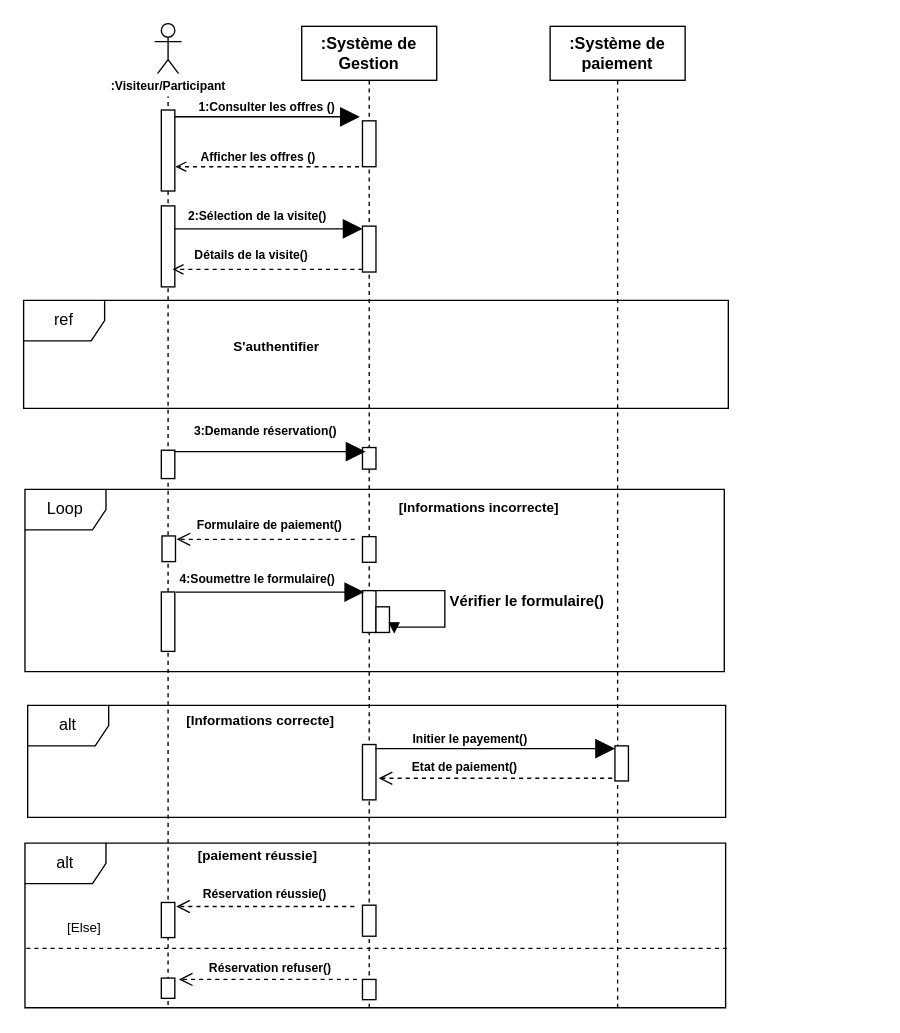
Above: Diagramme sans nom.drawio in louis-fresnel99/TpGasaL1 (draw.io), before the change. Source tidied: cells renumbered, new cells numbered last; positions are measured from the earlier drawing's top-left corner, leaving out a move shared by most shapes. Both pictures are drawn from the tidied source at 135%, with x=0, y=0 at pixel (23, 23).
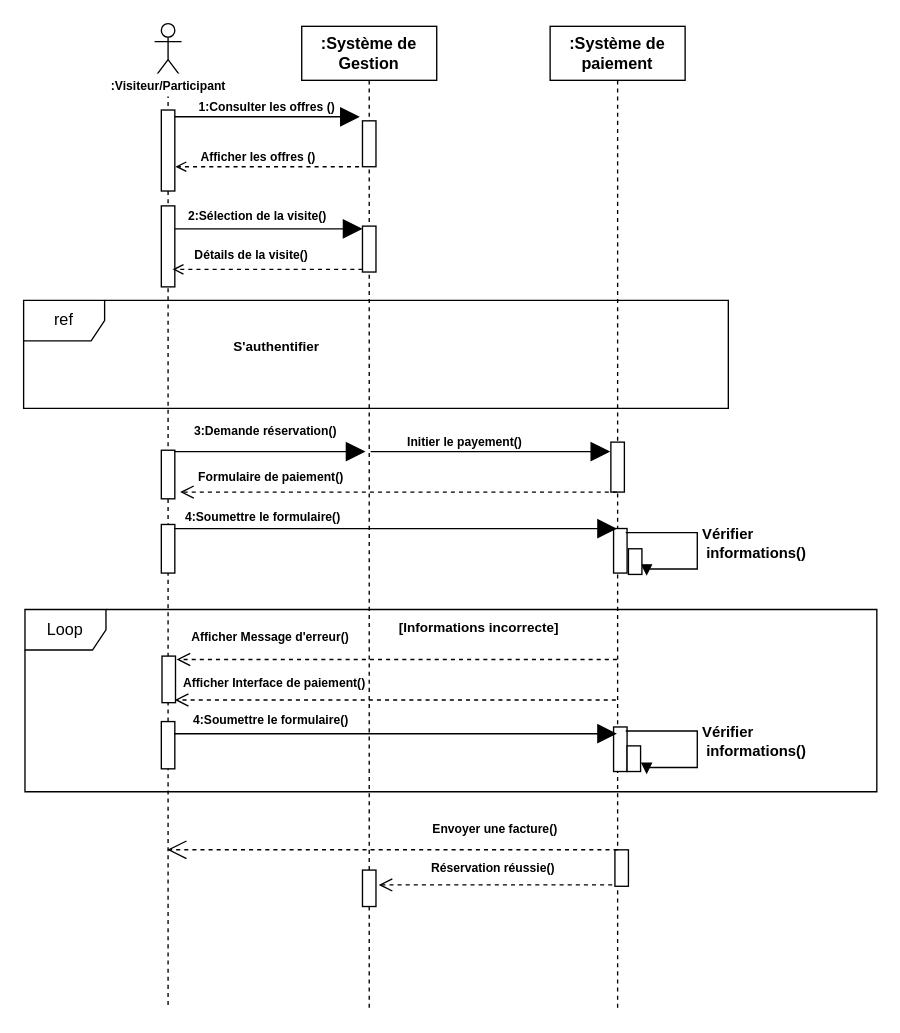
The same page after the edit.

Commit message (it also covers changes not shown here):
Mettre à jour Diagramme sans nom.drawio

The change refers to these unchanged cells:
```xml
<mxCell id="2" value="&lt;b&gt;:Système de Gestion&lt;/b&gt;" style="shape=umlLifeline;perimeter=lifelinePerimeter;whiteSpace=wrap;html=1;newEdgeStyle={&quot;edgeStyle&quot;:&quot;elbowEdgeStyle&quot;,&quot;elbow&quot;:&quot;vertical&quot;,&quot;curved&quot;:0,&quot;rounded&quot;:0};fillColor=light-dark(#FFFFFF, #ffffff);strokeColor=light-dark(#000000,#000000);labelBackgroundColor=none;fontColor=light-dark(#000000,#000000);" parent="1" vertex="1">
  <mxGeometry x="206" y="2" width="100" height="728" as="geometry" />
</mxCell>
<mxCell id="12" style="shape=umlLifeline;perimeter=lifelinePerimeter;whiteSpace=wrap;html=1;outlineConnect=0;portConstraint=eastwest;newEdgeStyle={&quot;curved&quot;:0,&quot;rounded&quot;:0};participant=umlActor;fillColor=light-dark(#FFFFFF,#000000);strokeColor=light-dark(#000000,#000000);" parent="1" vertex="1">
  <mxGeometry x="97" width="20" height="729" as="geometry" />
</mxCell>
<mxCell id="19" value="&lt;b&gt;:Système de paiement&lt;/b&gt;" style="shape=umlLifeline;perimeter=lifelinePerimeter;whiteSpace=wrap;html=1;outlineConnect=0;portConstraint=eastwest;newEdgeStyle={&quot;curved&quot;:0,&quot;rounded&quot;:0};fillColor=light-dark(#FFFFFF,#FFFFFF);fontColor=light-dark(#000000,#000000);strokeColor=light-dark(#000000,#000000);" parent="1" vertex="1">
  <mxGeometry x="390" y="2" width="100" height="727" as="geometry" />
</mxCell>
```

The edit, as a diff of the source:
```diff
@@
-    <mxCell id="3" style="html=1;perimeter=orthogonalPerimeter;targetShapes=umlLifeline;newEdgeStyle={&quot;curved&quot;:0,&quot;rounded&quot;:0};fillColor=light-dark(#FFFFFF,#FFFFFF);strokeColor=light-dark(#000000,#000000);" parent="2" vertex="1">
-      <mxGeometry x="45" y="70" width="10" height="34" as="geometry" />
-    </mxCell>
-    <mxCell id="4" style="html=1;points=[[0,0,0,0,5],[0,1,0,0,-5],[1,0,0,0,5],[1,1,0,0,-5]];perimeter=orthogonalPerimeter;outlineConnect=0;targetShapes=umlLifeline;portConstraint=eastwest;newEdgeStyle={&quot;curved&quot;:0,&quot;rounded&quot;:0};fillColor=light-dark(#FFFFFF,#FFFFFF);strokeColor=light-dark(#000000,#000000);" parent="2" vertex="1">
-      <mxGeometry x="45" y="148" width="10" height="34" as="geometry" />
-    </mxCell>
-    <mxCell id="5" style="html=1;perimeter=orthogonalPerimeter;targetShapes=umlLifeline;newEdgeStyle={&quot;curved&quot;:0,&quot;rounded&quot;:0};fillColor=light-dark(#FFFFFF,#FFFFFF);strokeColor=light-dark(#000000,#000000);" parent="2" vertex="1">
-      <mxGeometry x="45" y="378" width="10" height="19" as="geometry" />
-    </mxCell>
-    <mxCell id="6" style="html=1;perimeter=orthogonalPerimeter;targetShapes=umlLifeline;newEdgeStyle={&quot;curved&quot;:0,&quot;rounded&quot;:0};fillColor=light-dark(#FFFFFF,#FFFFFF);strokeColor=light-dark(#000000,#000000);" parent="2" vertex="1">
-      <mxGeometry x="45" y="418" width="10" height="31" as="geometry" />
-    </mxCell>
-    <mxCell id="7" style="html=1;perimeter=orthogonalPerimeter;targetShapes=umlLifeline;newEdgeStyle={&quot;curved&quot;:0,&quot;rounded&quot;:0};fillColor=light-dark(#FFFFFF,#FFFFFF);strokeColor=light-dark(#000000,#000000);" parent="2" vertex="1">
-      <mxGeometry x="45" y="651" width="10" height="23" as="geometry" />
-    </mxCell>
-    <mxCell id="8" style="html=1;perimeter=orthogonalPerimeter;targetShapes=umlLifeline;newEdgeStyle={&quot;curved&quot;:0,&quot;rounded&quot;:0};fillColor=light-dark(#FFFFFF,#FFFFFF);strokeColor=light-dark(#000000,#000000);" parent="2" vertex="1">
-      <mxGeometry x="45" y="706" width="10" height="15" as="geometry" />
-    </mxCell>
-    <mxCell id="9" style="html=1;perimeter=orthogonalPerimeter;targetShapes=umlLifeline;newEdgeStyle={&quot;curved&quot;:0,&quot;rounded&quot;:0};fillColor=light-dark(#FFFFFF,#FFFFFF);strokeColor=light-dark(#000000,#000000);" parent="2" vertex="1">
-      <mxGeometry x="55" y="430" width="10" height="19" as="geometry" />
-    </mxCell>
     <mxCell id="10" style="html=1;perimeter=orthogonalPerimeter;targetShapes=umlLifeline;newEdgeStyle={&quot;curved&quot;:0,&quot;rounded&quot;:0};fillColor=light-dark(#FFFFFF,#FFFFFF);strokeColor=light-dark(#000000,#000000);" parent="2" vertex="1">
-      <mxGeometry x="45" y="532" width="10" height="41" as="geometry" />
+      <mxGeometry x="45" y="625" width="10" height="27" as="geometry" />
     </mxCell>
-    <mxCell id="11" style="html=1;perimeter=orthogonalPerimeter;targetShapes=umlLifeline;newEdgeStyle={&quot;curved&quot;:0,&quot;rounded&quot;:0};fillColor=light-dark(#FFFFFF,#FFFFFF);strokeColor=light-dark(#000000,#000000);" parent="2" vertex="1">
-      <mxGeometry x="45" y="312" width="10" height="16" as="geometry" />
-    </mxCell>
@@
     <mxCell id="15" style="html=1;perimeter=orthogonalPerimeter;targetShapes=umlLifeline;newEdgeStyle={&quot;curved&quot;:0,&quot;rounded&quot;:0};fillColor=light-dark(#FFFFFF,#FFFFFF);strokeColor=light-dark(#000000,#000000);" parent="12" vertex="1">
-      <mxGeometry x="5" y="316" width="10" height="21" as="geometry" />
+      <mxGeometry x="5" y="316" width="10" height="36" as="geometry" />
     </mxCell>
     <mxCell id="16" style="html=1;perimeter=orthogonalPerimeter;targetShapes=umlLifeline;newEdgeStyle={&quot;curved&quot;:0,&quot;rounded&quot;:0};fillColor=light-dark(#FFFFFF,#FFFFFF);strokeColor=light-dark(#000000,#000000);" parent="12" vertex="1">
-      <mxGeometry x="5" y="421" width="10" height="44" as="geometry" />
+      <mxGeometry x="5" y="517" width="10" height="35" as="geometry" />
     </mxCell>
-    <mxCell id="17" style="html=1;perimeter=orthogonalPerimeter;targetShapes=umlLifeline;newEdgeStyle={&quot;curved&quot;:0,&quot;rounded&quot;:0};fillColor=light-dark(#FFFFFF,#FFFFFF);strokeColor=light-dark(#000000,#000000);" parent="12" vertex="1">
-      <mxGeometry x="5" y="651" width="10" height="26" as="geometry" />
-    </mxCell>
+    <mxCell id="56" style="html=1;perimeter=orthogonalPerimeter;targetShapes=umlLifeline;newEdgeStyle={&quot;curved&quot;:0,&quot;rounded&quot;:0};fillColor=light-dark(#FFFFFF,#FFFFFF);strokeColor=light-dark(#000000,#000000);" parent="12" vertex="1">
+      <mxGeometry x="5" y="371" width="10" height="36" as="geometry" />
+    </mxCell>
@@
     <mxCell id="20" style="html=1;perimeter=orthogonalPerimeter;targetShapes=umlLifeline;newEdgeStyle={&quot;curved&quot;:0,&quot;rounded&quot;:0};fillColor=light-dark(#FFFFFF,#FFFFFF);strokeColor=light-dark(#000000,#000000);" parent="19" vertex="1">
-      <mxGeometry x="48" y="533" width="10" height="26" as="geometry" />
+      <mxGeometry x="48" y="610" width="10" height="27" as="geometry" />
     </mxCell>
+    <mxCell id="11" style="html=1;perimeter=orthogonalPerimeter;targetShapes=umlLifeline;newEdgeStyle={&quot;curved&quot;:0,&quot;rounded&quot;:0};fillColor=light-dark(#FFFFFF,#FFFFFF);strokeColor=light-dark(#000000,#000000);" parent="19" vertex="1">
+      <mxGeometry x="45" y="308" width="10" height="37" as="geometry" />
+    </mxCell>
+    <mxCell id="57" style="html=1;perimeter=orthogonalPerimeter;targetShapes=umlLifeline;newEdgeStyle={&quot;curved&quot;:0,&quot;rounded&quot;:0};fillColor=light-dark(#FFFFFF,#FFFFFF);strokeColor=light-dark(#000000,#000000);" parent="19" vertex="1">
+      <mxGeometry x="47" y="372" width="10" height="33" as="geometry" />
+    </mxCell>
+    <mxCell id="58" value="&lt;b&gt;Vérifier&lt;/b&gt;&lt;div&gt;&lt;b&gt;&amp;nbsp;informations&lt;/b&gt;&lt;b style=&quot;background-color: light-dark(#ffffff, var(--ge-dark-color, #121212)); color: light-dark(rgb(0, 0, 0), rgb(255, 255, 255));&quot;&gt;()&lt;/b&gt;&lt;/div&gt;" style="html=1;align=left;spacingLeft=2;endArrow=block;rounded=0;edgeStyle=orthogonalEdgeStyle;curved=0;rounded=0;" parent="19" edge="1">
+      <mxGeometry relative="1" as="geometry">
+        <mxPoint x="56" y="375" as="sourcePoint" />
+        <mxPoint x="71.5" y="407" as="targetPoint" />
+        <Array as="points">
+          <mxPoint x="109" y="375" />
+          <mxPoint x="109" y="402" />
+          <mxPoint x="72" y="402" />
+        </Array>
+      </mxGeometry>
+    </mxCell>
+    <mxCell id="59" style="html=1;perimeter=orthogonalPerimeter;targetShapes=umlLifeline;newEdgeStyle={&quot;curved&quot;:0,&quot;rounded&quot;:0};fillColor=light-dark(#FFFFFF,#FFFFFF);strokeColor=light-dark(#000000,#000000);" parent="19" vertex="1">
+      <mxGeometry x="58" y="387" width="10" height="19" as="geometry" />
+    </mxCell>
+    <mxCell id="60" style="html=1;perimeter=orthogonalPerimeter;targetShapes=umlLifeline;newEdgeStyle={&quot;curved&quot;:0,&quot;rounded&quot;:0};fillColor=light-dark(#FFFFFF,#FFFFFF);strokeColor=light-dark(#000000,#000000);" parent="19" vertex="1">
+      <mxGeometry x="47" y="519" width="10" height="33" as="geometry" />
+    </mxCell>
+    <mxCell id="61" value="&lt;b&gt;Vérifier&lt;/b&gt;&lt;div&gt;&lt;b&gt;&amp;nbsp;informations&lt;/b&gt;&lt;b style=&quot;background-color: light-dark(#ffffff, var(--ge-dark-color, #121212)); color: light-dark(rgb(0, 0, 0), rgb(255, 255, 255));&quot;&gt;()&lt;/b&gt;&lt;/div&gt;" style="html=1;align=left;spacingLeft=2;endArrow=block;rounded=0;edgeStyle=orthogonalEdgeStyle;curved=0;rounded=0;" parent="19" edge="1">
+      <mxGeometry relative="1" as="geometry">
+        <mxPoint x="56" y="522" as="sourcePoint" />
+        <mxPoint x="71.5" y="554" as="targetPoint" />
+        <Array as="points">
+          <mxPoint x="109" y="522" />
+          <mxPoint x="109" y="549" />
+          <mxPoint x="72" y="549" />
+        </Array>
+      </mxGeometry>
+    </mxCell>
@@
-    <mxCell id="30" value="&lt;font style=&quot;color: light-dark(rgb(0, 0, 0), rgb(0, 0, 0)); font-size: 9px;&quot;&gt;&lt;b&gt;Formulaire de paiement()&lt;/b&gt;&lt;/font&gt;" style="text;html=1;align=center;verticalAlign=middle;whiteSpace=wrap;rounded=0;" parent="1" vertex="1">
-      <mxGeometry x="124.9" y="362" width="115.1" height="17" as="geometry" />
+    <mxCell id="30" value="&lt;font style=&quot;color: light-dark(rgb(0, 0, 0), rgb(0, 0, 0)); font-size: 9px;&quot;&gt;&lt;b&gt;Afficher Message d'erreur()&lt;/b&gt;&lt;/font&gt;" style="text;html=1;align=center;verticalAlign=middle;whiteSpace=wrap;rounded=0;" parent="1" vertex="1">
+      <mxGeometry x="119" y="445" width="128" height="17" as="geometry" />
     </mxCell>
-    <mxCell id="31" style="endArrow=block;endFill=1;endSize=12;html=1;rounded=0;strokeColor=light-dark(#000000,#000000);" parent="1" edge="1">
+    <mxCell id="31" style="endArrow=block;endFill=1;endSize=12;html=1;rounded=0;strokeColor=light-dark(#000000,#000000);" parent="1" edge="1" target="19">
       <mxGeometry relative="1" as="geometry">
-        <mxPoint x="112.7" y="421.1" as="sourcePoint" />
-        <mxPoint x="252.2" y="421.1" as="targetPoint" />
+        <mxPoint x="111.5" y="526" as="sourcePoint" />
       </mxGeometry>
     </mxCell>
     <mxCell id="32" value="&lt;font style=&quot;color: light-dark(rgb(0, 0, 0), rgb(0, 0, 0));&quot;&gt;&lt;b&gt;4:Soumettre le formulaire()&lt;/b&gt;&lt;/font&gt;" style="text;html=1;align=center;verticalAlign=middle;whiteSpace=wrap;rounded=0;fontSize=9;" parent="1" vertex="1">
-      <mxGeometry x="110.4" y="404" width="126.7" height="16" as="geometry" />
+      <mxGeometry x="120.2" y="508" width="126.7" height="16" as="geometry" />
     </mxCell>
-    <mxCell id="33" style="endArrow=block;endFill=1;endSize=12;html=1;rounded=0;strokeColor=light-dark(#000000,#000000);" parent="1" edge="1">
-      <mxGeometry relative="1" as="geometry">
-        <mxPoint x="260.5" y="537" as="sourcePoint" />
-        <mxPoint x="438" y="537" as="targetPoint" />
-      </mxGeometry>
+    <mxCell id="33" style="endArrow=open;endFill=0;endSize=12;html=1;rounded=0;strokeColor=light-dark(#000000,#000000);exitX=0.5;exitY=0.839;exitDx=0;exitDy=0;exitPerimeter=0;dashed=1;" parent="1" edge="1" source="19" target="12">
+      <mxGeometry relative="1" as="geometry" />
     </mxCell>
-    <mxCell id="34" value="&lt;font style=&quot;color: light-dark(rgb(0, 0, 0), rgb(0, 0, 0)); font-size: 9px;&quot;&gt;&lt;b&gt;Initier le payement()&lt;/b&gt;&lt;/font&gt;" style="text;html=1;align=center;verticalAlign=middle;whiteSpace=wrap;rounded=0;" parent="1" vertex="1">
-      <mxGeometry x="274" y="520" width="114" height="17" as="geometry" />
-    </mxCell>
     <mxCell id="35" style="html=1;verticalAlign=bottom;endArrow=open;dashed=1;endSize=8;curved=0;rounded=0;strokeColor=light-dark(#000000,#000000);" parent="1" edge="1">
       <mxGeometry relative="1" as="geometry">
-        <mxPoint x="436" y="559" as="sourcePoint" />
-        <mxPoint x="263" y="559" as="targetPoint" />
+        <mxPoint x="436" y="638" as="sourcePoint" />
+        <mxPoint x="263" y="638" as="targetPoint" />
       </mxGeometry>
     </mxCell>
-    <mxCell id="36" value="&lt;font style=&quot;color: light-dark(rgb(0, 0, 0), rgb(0, 0, 0)); font-size: 9px;&quot;&gt;&lt;b&gt;Etat de paiement()&lt;/b&gt;&lt;/font&gt;" style="text;html=1;align=center;verticalAlign=middle;whiteSpace=wrap;rounded=0;" parent="1" vertex="1">
-      <mxGeometry x="280.4" y="541" width="94.4" height="17" as="geometry" />
-    </mxCell>
@@
-    <mxCell id="38" value="alt" style="shape=umlFrame;whiteSpace=wrap;html=1;" parent="1" vertex="1">
-      <mxGeometry x="1" y="607" width="519" height="122" as="geometry" />
-    </mxCell>
-    <mxCell id="39" value="&lt;font style=&quot;color: light-dark(rgb(0, 0, 0), rgb(0, 0, 0)); font-size: 10px;&quot;&gt;&lt;b&gt;[paiement réussie]&amp;nbsp;&lt;/b&gt;&lt;/font&gt;" style="text;html=1;align=center;verticalAlign=middle;whiteSpace=wrap;rounded=0;" parent="1" vertex="1">
-      <mxGeometry x="114" y="601" width="122" height="30" as="geometry" />
-    </mxCell>
-    <mxCell id="40" style="html=1;verticalAlign=bottom;endArrow=open;dashed=1;endSize=8;curved=0;rounded=0;strokeColor=light-dark(#000000,#000000);" parent="1" edge="1">
-      <mxGeometry relative="1" as="geometry">
-        <mxPoint x="245" y="654" as="sourcePoint" />
-        <mxPoint x="113" y="654" as="targetPoint" />
-      </mxGeometry>
-    </mxCell>
-    <mxCell id="41" value="&lt;font style=&quot;color: light-dark(rgb(0, 0, 0), rgb(0, 0, 0)); font-size: 9px;&quot;&gt;&lt;b&gt;Réservation réussie()&lt;/b&gt;&lt;/font&gt;" style="text;html=1;align=center;verticalAlign=middle;whiteSpace=wrap;rounded=0;" parent="1" vertex="1">
-      <mxGeometry x="131.9" y="635" width="94.4" height="17" as="geometry" />
+    <mxCell id="41" value="&lt;font style=&quot;color: light-dark(rgb(0, 0, 0), rgb(0, 0, 0)); font-size: 9px;&quot;&gt;&lt;b&gt;Envoyer une facture()&lt;/b&gt;&lt;/font&gt;" style="text;html=1;align=center;verticalAlign=middle;whiteSpace=wrap;rounded=0;" parent="1" vertex="1">
+      <mxGeometry x="293.5" y="587" width="110.5" height="17" as="geometry" />
     </mxCell>
-    <mxCell id="42" style="line;strokeWidth=1;fillColor=none;align=left;verticalAlign=middle;spacingTop=-1;spacingLeft=3;spacingRight=3;labelPosition=right;strokeColor=light-dark(#000000,#000000);dashed=1;" parent="1" vertex="1">
-      <mxGeometry x="2" y="681" width="519" height="8" as="geometry" />
-    </mxCell>
-    <mxCell id="43" value="&lt;font style=&quot;color: light-dark(rgb(0, 0, 0), rgb(0, 0, 0)); font-size: 10px;&quot;&gt;[Else]&amp;nbsp;&lt;/font&gt;" style="text;html=1;align=center;verticalAlign=middle;whiteSpace=wrap;rounded=0;" parent="1" vertex="1">
-      <mxGeometry x="23" y="659" width="47" height="19" as="geometry" />
-    </mxCell>
-    <mxCell id="44" style="html=1;verticalAlign=bottom;endArrow=open;dashed=1;endSize=8;curved=0;rounded=0;strokeColor=light-dark(#000000,#000000);" parent="1" edge="1">
-      <mxGeometry relative="1" as="geometry">
-        <mxPoint x="247" y="708" as="sourcePoint" />
-        <mxPoint x="115" y="708" as="targetPoint" />
-      </mxGeometry>
-    </mxCell>
-    <mxCell id="45" value="&lt;font style=&quot;color: light-dark(rgb(0, 0, 0), rgb(0, 0, 0)); font-size: 9px;&quot;&gt;&lt;b&gt;Réservation refuser()&lt;/b&gt;&lt;/font&gt;" style="text;html=1;align=center;verticalAlign=middle;whiteSpace=wrap;rounded=0;" parent="1" vertex="1">
-      <mxGeometry x="129.9" y="690" width="106.1" height="17" as="geometry" />
+    <mxCell id="45" value="&lt;font style=&quot;color: light-dark(rgb(0, 0, 0), rgb(0, 0, 0)); font-size: 9px;&quot;&gt;&lt;b&gt;Réservation réussie()&lt;/b&gt;&lt;/font&gt;" style="text;html=1;align=center;verticalAlign=middle;whiteSpace=wrap;rounded=0;" parent="1" vertex="1">
+      <mxGeometry x="295" y="616" width="106.1" height="17" as="geometry" />
     </mxCell>
-    <mxCell id="46" style="html=1;perimeter=orthogonalPerimeter;targetShapes=umlLifeline;newEdgeStyle={&quot;curved&quot;:0,&quot;rounded&quot;:0};fillColor=light-dark(#FFFFFF,#FFFFFF);strokeColor=light-dark(#000000,#000000);" parent="1" vertex="1">
-      <mxGeometry x="102" y="707" width="10" height="15" as="geometry" />
-    </mxCell>
@@
-    <mxCell id="48" style="html=1;verticalAlign=bottom;endArrow=open;dashed=1;endSize=8;curved=0;rounded=0;strokeColor=light-dark(#000000,#000000);" parent="1" edge="1">
+    <mxCell id="48" style="html=1;verticalAlign=bottom;endArrow=open;dashed=1;endSize=8;curved=0;rounded=0;strokeColor=light-dark(#000000,#000000);" parent="1" edge="1" source="19">
       <mxGeometry relative="1" as="geometry">
-        <mxPoint x="245.3" y="382" as="sourcePoint" />
-        <mxPoint x="113.3" y="382" as="targetPoint" />
+        <mxPoint x="113.3" y="471" as="targetPoint" />
       </mxGeometry>
     </mxCell>
@@
-    <mxCell id="50" value="&lt;b&gt;Vérifier le formulaire()&lt;/b&gt;" style="html=1;align=left;spacingLeft=2;endArrow=block;rounded=0;edgeStyle=orthogonalEdgeStyle;curved=0;rounded=0;" parent="1" edge="1">
-      <mxGeometry relative="1" as="geometry">
-        <mxPoint x="259" y="420" as="sourcePoint" />
-        <mxPoint x="274.5" y="452" as="targetPoint" />
-        <Array as="points">
-          <mxPoint x="312" y="420" />
-          <mxPoint x="312" y="447" />
-          <mxPoint x="275" y="447" />
-        </Array>
-      </mxGeometry>
-    </mxCell>
-    <mxCell id="51" value="alt" style="shape=umlFrame;whiteSpace=wrap;html=1;" parent="1" vertex="1">
-      <mxGeometry x="3" y="505" width="517" height="83" as="geometry" />
-    </mxCell>
-    <mxCell id="52" value="&lt;font style=&quot;color: light-dark(rgb(0, 0, 0), rgb(0, 0, 0)); font-size: 10px;&quot;&gt;&lt;b&gt;[Informations correcte]&amp;nbsp;&lt;/b&gt;&lt;/font&gt;" style="text;html=1;align=center;verticalAlign=middle;whiteSpace=wrap;rounded=0;" parent="1" vertex="1">
-      <mxGeometry x="115.9" y="501" width="122" height="30" as="geometry" />
-    </mxCell>
     <mxCell id="53" value="Loop" style="shape=umlFrame;whiteSpace=wrap;html=1;" parent="1" vertex="1">
-      <mxGeometry x="1" y="345" width="518" height="135" as="geometry" />
+      <mxGeometry x="1" y="434" width="631" height="135" as="geometry" />
     </mxCell>
     <mxCell id="54" value="&lt;font style=&quot;color: light-dark(rgb(0, 0, 0), rgb(0, 0, 0)); font-size: 10px;&quot;&gt;&lt;b&gt;[Informations incorrecte]&amp;nbsp;&lt;/b&gt;&lt;/font&gt;" style="text;html=1;align=center;verticalAlign=middle;whiteSpace=wrap;rounded=0;" parent="1" vertex="1">
-      <mxGeometry x="274" y="343" width="130" height="30" as="geometry" />
+      <mxGeometry x="274" y="432" width="130" height="30" as="geometry" />
     </mxCell>
     <mxCell id="55" style="html=1;perimeter=orthogonalPerimeter;targetShapes=umlLifeline;newEdgeStyle={&quot;curved&quot;:0,&quot;rounded&quot;:0};fillColor=light-dark(#FFFFFF,#FFFFFF);strokeColor=light-dark(#000000,#000000);" parent="1" vertex="1">
-      <mxGeometry x="102.5" y="379.5" width="10" height="19" as="geometry" />
+      <mxGeometry x="102.5" y="468.5" width="10" height="34.5" as="geometry" />
     </mxCell>
+    <mxCell id="62" style="html=1;verticalAlign=bottom;endArrow=open;dashed=1;endSize=8;curved=0;rounded=0;strokeColor=light-dark(#000000,#000000);" parent="1" edge="1" source="19">
+      <mxGeometry relative="1" as="geometry">
+        <mxPoint x="115.9" y="347" as="targetPoint" />
+      </mxGeometry>
+    </mxCell>
+    <mxCell id="63" value="&lt;font style=&quot;color: light-dark(rgb(0, 0, 0), rgb(0, 0, 0)); font-size: 9px;&quot;&gt;&lt;b&gt;Formulaire de paiement()&lt;/b&gt;&lt;/font&gt;" style="text;html=1;align=center;verticalAlign=middle;whiteSpace=wrap;rounded=0;" parent="1" vertex="1">
+      <mxGeometry x="125.6" y="326" width="115.1" height="17" as="geometry" />
+    </mxCell>
+    <mxCell id="64" style="endArrow=block;endFill=1;endSize=12;html=1;rounded=0;strokeColor=light-dark(#000000,#000000);" parent="1" edge="1" target="19">
+      <mxGeometry relative="1" as="geometry">
+        <mxPoint x="111.7" y="374.1" as="sourcePoint" />
+      </mxGeometry>
+    </mxCell>
+    <mxCell id="65" value="&lt;font style=&quot;color: light-dark(rgb(0, 0, 0), rgb(0, 0, 0));&quot;&gt;&lt;b&gt;4:Soumettre le formulaire()&lt;/b&gt;&lt;/font&gt;" style="text;html=1;align=center;verticalAlign=middle;whiteSpace=wrap;rounded=0;fontSize=9;" parent="1" vertex="1">
+      <mxGeometry x="114" y="358" width="126.7" height="16" as="geometry" />
+    </mxCell>
+    <mxCell id="66" style="endArrow=block;endFill=1;endSize=12;html=1;rounded=0;strokeColor=light-dark(#000000,#000000);" parent="1" edge="1">
+      <mxGeometry relative="1" as="geometry">
+        <mxPoint x="257" y="317" as="sourcePoint" />
+        <mxPoint x="434.5" y="317" as="targetPoint" />
+      </mxGeometry>
+    </mxCell>
+    <mxCell id="34" value="&lt;font style=&quot;color: light-dark(rgb(0, 0, 0), rgb(0, 0, 0)); font-size: 9px;&quot;&gt;&lt;b&gt;Initier le payement()&lt;/b&gt;&lt;/font&gt;" style="text;html=1;align=center;verticalAlign=middle;whiteSpace=wrap;rounded=0;" parent="1" vertex="1">
+      <mxGeometry x="269.5" y="300" width="114" height="17" as="geometry" />
+    </mxCell>
+    <mxCell id="3" style="html=1;perimeter=orthogonalPerimeter;targetShapes=umlLifeline;newEdgeStyle={&quot;curved&quot;:0,&quot;rounded&quot;:0};fillColor=light-dark(#FFFFFF,#FFFFFF);strokeColor=light-dark(#000000,#000000);" parent="1" vertex="1">
+      <mxGeometry x="251" y="72" width="10" height="34" as="geometry" />
+    </mxCell>
+    <mxCell id="4" style="html=1;points=[[0,0,0,0,5],[0,1,0,0,-5],[1,0,0,0,5],[1,1,0,0,-5]];perimeter=orthogonalPerimeter;outlineConnect=0;targetShapes=umlLifeline;portConstraint=eastwest;newEdgeStyle={&quot;curved&quot;:0,&quot;rounded&quot;:0};fillColor=light-dark(#FFFFFF,#FFFFFF);strokeColor=light-dark(#000000,#000000);" parent="1" vertex="1">
+      <mxGeometry x="251" y="150" width="10" height="34" as="geometry" />
+    </mxCell>
+    <mxCell id="67" value="&lt;font style=&quot;color: light-dark(rgb(0, 0, 0), rgb(0, 0, 0)); font-size: 9px;&quot;&gt;&lt;b&gt;Afficher Interface de paiement()&lt;/b&gt;&lt;/font&gt;" style="text;html=1;align=center;verticalAlign=middle;whiteSpace=wrap;rounded=0;" parent="1" vertex="1">
+      <mxGeometry x="116.7" y="479" width="138.3" height="17" as="geometry" />
+    </mxCell>
+    <mxCell id="68" style="html=1;verticalAlign=bottom;endArrow=open;dashed=1;endSize=8;curved=0;rounded=0;strokeColor=light-dark(#000000,#000000);" parent="1" edge="1">
+      <mxGeometry relative="1" as="geometry">
+        <mxPoint x="438.7" y="501" as="sourcePoint" />
+        <mxPoint x="112" y="501" as="targetPoint" />
+      </mxGeometry>
+    </mxCell>
+    <mxCell id="69" style="html=1;perimeter=orthogonalPerimeter;targetShapes=umlLifeline;newEdgeStyle={&quot;curved&quot;:0,&quot;rounded&quot;:0};fillColor=light-dark(#FFFFFF,#FFFFFF);strokeColor=light-dark(#000000,#000000);" parent="1" vertex="1">
+      <mxGeometry x="447" y="535" width="10" height="19" as="geometry" />
+    </mxCell>
```
